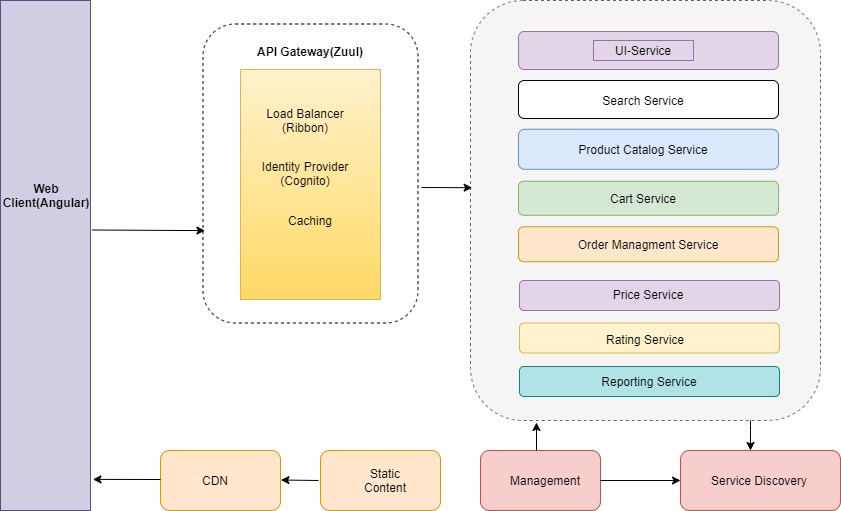
Above: problem-statements/application-arch.png in aktiwari2287/tech-guru-assignment (draw.io), before the change. Source tidied: cells renumbered, new cells last; positions are measured from the earlier drawing's top-left corner, leaving out a move shared by most shapes. The source it was exported from:
```xml
<mxGraphModel background="#ffffff">
  <root>
    <mxCell id="0" style="html=1;" />
    <mxCell id="1" style="html=1;" parent="0" />
    <mxCell id="2" style="rounded=1;whiteSpace=wrap;html=1;fillColor=none;dashed=1;" parent="1" vertex="1">
      <mxGeometry x="202.5" y="23.5" width="215" height="299" as="geometry" />
    </mxCell>
    <mxCell id="3" style="rounded=0;whiteSpace=wrap;html=1;fillColor=#d0cee2;strokeColor=#56517e;" parent="1" vertex="1">
      <mxGeometry width="90" height="510" as="geometry" />
    </mxCell>
    <mxCell id="4" value="Web Client(Angular)" style="text;html=1;strokeColor=none;fillColor=none;align=center;verticalAlign=middle;whiteSpace=wrap;rounded=0;fontStyle=1;" parent="1" vertex="1">
      <mxGeometry x="16" y="185" width="60" height="20" as="geometry" />
    </mxCell>
    <mxCell id="5" style="rounded=0;whiteSpace=wrap;html=1;fillColor=#fff2cc;strokeColor=#d6b656;gradientColor=#ffd966;" parent="1" vertex="1">
      <mxGeometry x="240" y="69" width="140" height="230" as="geometry" />
    </mxCell>
    <mxCell id="6" value="Load Balancer (Ribbon)" style="text;html=1;strokeColor=none;fillColor=none;align=center;verticalAlign=middle;whiteSpace=wrap;rounded=0;fontStyle=0;" parent="1" vertex="1">
      <mxGeometry x="260" y="90" width="90" height="60" as="geometry" />
    </mxCell>
    <mxCell id="7" value="Identity Provider (Cognito)" style="text;html=1;strokeColor=none;fillColor=none;align=center;verticalAlign=middle;whiteSpace=wrap;rounded=0;fontStyle=0;" parent="1" vertex="1">
      <mxGeometry x="245" y="163" width="120" height="20" as="geometry" />
    </mxCell>
    <mxCell id="8" value="Caching" style="text;html=1;strokeColor=none;fillColor=none;align=center;verticalAlign=middle;whiteSpace=wrap;rounded=0;fontStyle=0;" parent="1" vertex="1">
      <mxGeometry x="290" y="210" width="40" height="20" as="geometry" />
    </mxCell>
    <mxCell id="9" style="rounded=1;whiteSpace=wrap;html=1;perimeterSpacing=11;fillColor=#f5f5f5;strokeColor=#666666;fontColor=#333333;dashed=1;" parent="1" vertex="1">
      <mxGeometry x="470" width="350" height="420" as="geometry" />
    </mxCell>
    <mxCell id="10" style="endArrow=classic;html=1;exitX=1.018;exitY=0.45;exitDx=0;exitDy=0;exitPerimeter=0;entryX=0.009;entryY=0.691;entryDx=0;entryDy=0;entryPerimeter=0;" parent="1" edge="1" source="3" target="2">
      <mxGeometry relative="1" as="geometry" />
    </mxCell>
    <mxCell id="11" style="rounded=1;whiteSpace=wrap;html=1;fillColor=#ffe6cc;strokeColor=#d79b00;" parent="1" vertex="1">
      <mxGeometry x="160" y="450" width="120" height="60" as="geometry" />
    </mxCell>
    <mxCell id="12" style="rounded=1;whiteSpace=wrap;html=1;fillColor=#ffe6cc;strokeColor=#d79b00;" parent="1" vertex="1">
      <mxGeometry x="320" y="450" width="120" height="60" as="geometry" />
    </mxCell>
    <mxCell id="13" value="CDN" style="text;html=1;strokeColor=none;fillColor=none;align=center;verticalAlign=middle;whiteSpace=wrap;rounded=0;" parent="1" vertex="1">
      <mxGeometry x="195" y="470" width="40" height="20" as="geometry" />
    </mxCell>
    <mxCell id="14" value="Static Content" style="text;html=1;strokeColor=none;fillColor=none;align=center;verticalAlign=middle;whiteSpace=wrap;rounded=0;" parent="1" vertex="1">
      <mxGeometry x="350" y="470" width="70" height="20" as="geometry" />
    </mxCell>
    <mxCell id="15" style="endArrow=classic;html=1;entryX=1.027;entryY=0.939;entryDx=0;entryDy=0;entryPerimeter=0;" parent="1" edge="1" target="3">
      <mxGeometry relative="1" as="geometry">
        <mxPoint x="160" y="479" as="sourcePoint" />
      </mxGeometry>
    </mxCell>
    <mxCell id="16" style="endArrow=classic;html=1;entryX=1.027;entryY=0.939;entryDx=0;entryDy=0;entryPerimeter=0;" parent="1" edge="1">
      <mxGeometry relative="1" as="geometry">
        <mxPoint x="318" y="480" as="sourcePoint" />
        <mxPoint x="280.4" y="479.5" as="targetPoint" />
      </mxGeometry>
    </mxCell>
    <mxCell id="17" style="rounded=1;whiteSpace=wrap;html=1;fillColor=#f8cecc;strokeColor=#b85450;" parent="1" vertex="1">
      <mxGeometry x="480" y="450" width="120" height="60" as="geometry" />
    </mxCell>
    <mxCell id="18" style="rounded=1;whiteSpace=wrap;html=1;fillColor=#f8cecc;strokeColor=#b85450;" parent="1" vertex="1">
      <mxGeometry x="680" y="450" width="160" height="60" as="geometry" />
    </mxCell>
    <mxCell id="19" style="endArrow=classic;html=1;" parent="1" edge="1">
      <mxGeometry relative="1" as="geometry">
        <mxPoint x="536" y="450" as="sourcePoint" />
        <mxPoint x="536" y="422" as="targetPoint" />
      </mxGeometry>
    </mxCell>
    <mxCell id="20" style="endArrow=classic;html=1;entryX=0;entryY=0.5;entryDx=0;entryDy=0;" parent="1" edge="1" target="18">
      <mxGeometry relative="1" as="geometry">
        <mxPoint x="600" y="480" as="sourcePoint" />
      </mxGeometry>
    </mxCell>
    <mxCell id="21" style="rounded=1;whiteSpace=wrap;html=1;fillColor=#e1d5e7;strokeColor=#9673a6;" parent="1" vertex="1">
      <mxGeometry x="518" y="31" width="260" height="38" as="geometry" />
    </mxCell>
    <mxCell id="22" style="rounded=1;whiteSpace=wrap;html=1;fillColor=#dae8fc;strokeColor=#6c8ebf;" parent="1" vertex="1">
      <mxGeometry x="518" y="128.8" width="260" height="40" as="geometry" />
    </mxCell>
    <mxCell id="23" style="rounded=1;whiteSpace=wrap;html=1;fillColor=#d5e8d4;strokeColor=#82b366;" parent="1" vertex="1">
      <mxGeometry x="518" y="180.8" width="260" height="34" as="geometry" />
    </mxCell>
    <mxCell id="24" style="rounded=1;whiteSpace=wrap;html=1;fillColor=#ffe6cc;strokeColor=#d79b00;" parent="1" vertex="1">
      <mxGeometry x="518" y="226.2" width="260" height="35" as="geometry" />
    </mxCell>
    <mxCell id="25" style="rounded=1;whiteSpace=wrap;html=1;fillColor=#e1d5e7;strokeColor=#9673a6;" parent="1" vertex="1">
      <mxGeometry x="519" y="280" width="260" height="30" as="geometry" />
    </mxCell>
    <mxCell id="26" style="endArrow=classic;html=1;entryX=0.034;entryY=0.41;entryDx=0;entryDy=0;entryPerimeter=0;" parent="1" edge="1">
      <mxGeometry relative="1" as="geometry">
        <mxPoint x="421" y="187" as="sourcePoint" />
        <mxPoint x="471.6" y="187.2" as="targetPoint" />
      </mxGeometry>
    </mxCell>
    <mxCell id="27" value="UI-Service" style="text;html=1;strokeColor=#9673a6;fillColor=#e1d5e7;align=center;verticalAlign=middle;whiteSpace=wrap;rounded=0;" parent="1" vertex="1">
      <mxGeometry x="593" y="40" width="100" height="20" as="geometry" />
    </mxCell>
    <mxCell id="28" value="Product Catalog Service&lt;span style=&quot;color: rgba(0 , 0 , 0 , 0) ; font-family: monospace ; font-size: 0px&quot;&gt;%3CmxGraphModel%3E%3Croot%3E%3CmxCell%20id%3D%220%22%2F%3E%3CmxCell%20id%3D%221%22%20parent%3D%220%22%2F%3E%3CmxCell%20id%3D%222%22%20value%3D%22Search%20Service%22%20style%3D%22text%3Bhtml%3D1%3BstrokeColor%3Dnone%3BfillColor%3Dnone%3Balign%3Dcenter%3BverticalAlign%3Dmiddle%3BwhiteSpace%3Dwrap%3Brounded%3D0%3B%22%20vertex%3D%221%22%20parent%3D%221%22%3E%3CmxGeometry%20x%3D%22635%22%20y%3D%22312%22%20width%3D%22100%22%20height%3D%2220%22%20as%3D%22geometry%22%2F%3E%3C%2FmxCell%3E%3C%2Froot%3E%3C%2FmxGraphModel%3E&lt;/span&gt;" style="text;html=1;strokeColor=none;fillColor=none;align=center;verticalAlign=middle;whiteSpace=wrap;rounded=0;" parent="1" vertex="1">
      <mxGeometry x="573" y="138.8" width="140" height="20" as="geometry" />
    </mxCell>
    <mxCell id="29" value="Cart Service" style="text;html=1;strokeColor=none;fillColor=none;align=center;verticalAlign=middle;whiteSpace=wrap;rounded=0;" parent="1" vertex="1">
      <mxGeometry x="593" y="187.8" width="100" height="20" as="geometry" />
    </mxCell>
    <mxCell id="30" value="Order Managment Service" style="text;html=1;strokeColor=none;fillColor=none;align=center;verticalAlign=middle;whiteSpace=wrap;rounded=0;" parent="1" vertex="1">
      <mxGeometry x="573" y="233.8" width="150" height="20" as="geometry" />
    </mxCell>
    <mxCell id="31" value="Price Service" style="text;html=1;strokeColor=none;fillColor=none;align=center;verticalAlign=middle;whiteSpace=wrap;rounded=0;" parent="1" vertex="1">
      <mxGeometry x="598" y="284" width="100" height="20" as="geometry" />
    </mxCell>
    <mxCell id="32" style="rounded=1;whiteSpace=wrap;html=1;fillColor=#fff2cc;strokeColor=#d6b656;" parent="1" vertex="1">
      <mxGeometry x="519" y="322.5" width="260" height="30" as="geometry" />
    </mxCell>
    <mxCell id="33" style="rounded=1;whiteSpace=wrap;html=1;fillColor=#b0e3e6;strokeColor=#0e8088;" parent="1" vertex="1">
      <mxGeometry x="519" y="366" width="260" height="30" as="geometry" />
    </mxCell>
    <mxCell id="34" value="Rating Service" style="text;html=1;strokeColor=none;fillColor=none;align=center;verticalAlign=middle;whiteSpace=wrap;rounded=0;" parent="1" vertex="1">
      <mxGeometry x="595" y="328.5" width="100" height="20" as="geometry" />
    </mxCell>
    <mxCell id="35" value="Reporting Service" style="text;html=1;strokeColor=none;fillColor=none;align=center;verticalAlign=middle;whiteSpace=wrap;rounded=0;" parent="1" vertex="1">
      <mxGeometry x="599" y="371" width="100" height="20" as="geometry" />
    </mxCell>
    <mxCell id="36" value="Management" style="text;html=1;strokeColor=none;fillColor=none;align=center;verticalAlign=middle;whiteSpace=wrap;rounded=0;" parent="1" vertex="1">
      <mxGeometry x="495" y="470" width="100" height="20" as="geometry" />
    </mxCell>
    <mxCell id="37" value="Service Discovery" style="text;html=1;strokeColor=none;fillColor=none;align=center;verticalAlign=middle;whiteSpace=wrap;rounded=0;" parent="1" vertex="1">
      <mxGeometry x="709" y="470" width="100" height="20" as="geometry" />
    </mxCell>
    <mxCell id="38" style="endArrow=classic;html=1;" parent="1" edge="1">
      <mxGeometry relative="1" as="geometry">
        <mxPoint x="750" y="420" as="sourcePoint" />
        <mxPoint x="750" y="450" as="targetPoint" />
        <Array as="points">
          <mxPoint x="750" y="430" />
        </Array>
      </mxGeometry>
    </mxCell>
    <mxCell id="39" value="API Gateway(Zuul)" style="text;html=1;strokeColor=none;fillColor=none;align=center;verticalAlign=middle;whiteSpace=wrap;rounded=0;dashed=1;fontStyle=1;" parent="1" vertex="1">
      <mxGeometry x="250" y="41" width="120" height="20" as="geometry" />
    </mxCell>
    <mxCell id="40" value="Search Service" style="text;html=1;strokeColor=none;fillColor=none;align=center;verticalAlign=middle;whiteSpace=wrap;rounded=0;" parent="1" vertex="1">
      <mxGeometry x="593" y="89" width="100" height="20" as="geometry" />
    </mxCell>
    <mxCell id="41" style="rounded=1;whiteSpace=wrap;html=1;" parent="1" vertex="1">
      <mxGeometry x="518" y="80" width="260" height="38" as="geometry" />
    </mxCell>
    <mxCell id="42" value="Search Service" style="text;html=1;strokeColor=none;fillColor=none;align=center;verticalAlign=middle;whiteSpace=wrap;rounded=0;" parent="1" vertex="1">
      <mxGeometry x="593" y="90" width="100" height="20" as="geometry" />
    </mxCell>
  </root>
</mxGraphModel>
```
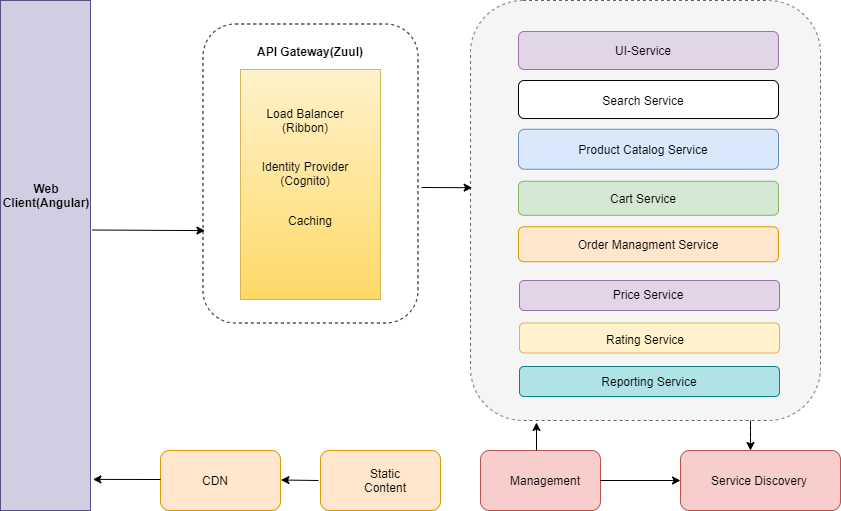
Above is the later version.

Commit message:
added application arch

Change to the diagram source:
```diff
@@ -90,7 +90,7 @@
         <mxPoint x="471.6" y="187.2" as="targetPoint" />
       </mxGeometry>
     </mxCell>
-    <mxCell id="27" value="UI-Service" style="text;html=1;strokeColor=#9673a6;fillColor=#e1d5e7;align=center;verticalAlign=middle;whiteSpace=wrap;rounded=0;" parent="1" vertex="1">
+    <mxCell id="27" value="UI-Service" style="text;html=1;strokeColor=none;fillColor=none;align=center;verticalAlign=middle;whiteSpace=wrap;rounded=0;" parent="1" vertex="1">
       <mxGeometry x="593" y="40" width="100" height="20" as="geometry" />
     </mxCell>
     <mxCell id="28" value="Product Catalog Service&lt;span style=&quot;color: rgba(0 , 0 , 0 , 0) ; font-family: monospace ; font-size: 0px&quot;&gt;%3CmxGraphModel%3E%3Croot%3E%3CmxCell%20id%3D%220%22%2F%3E%3CmxCell%20id%3D%221%22%20parent%3D%220%22%2F%3E%3CmxCell%20id%3D%222%22%20value%3D%22Search%20Service%22%20style%3D%22text%3Bhtml%3D1%3BstrokeColor%3Dnone%3BfillColor%3Dnone%3Balign%3Dcenter%3BverticalAlign%3Dmiddle%3BwhiteSpace%3Dwrap%3Brounded%3D0%3B%22%20vertex%3D%221%22%20parent%3D%221%22%3E%3CmxGeometry%20x%3D%22635%22%20y%3D%22312%22%20width%3D%22100%22%20height%3D%2220%22%20as%3D%22geometry%22%2F%3E%3C%2FmxCell%3E%3C%2Froot%3E%3C%2FmxGraphModel%3E&lt;/span&gt;" style="text;html=1;strokeColor=none;fillColor=none;align=center;verticalAlign=middle;whiteSpace=wrap;rounded=0;" parent="1" vertex="1">
```
